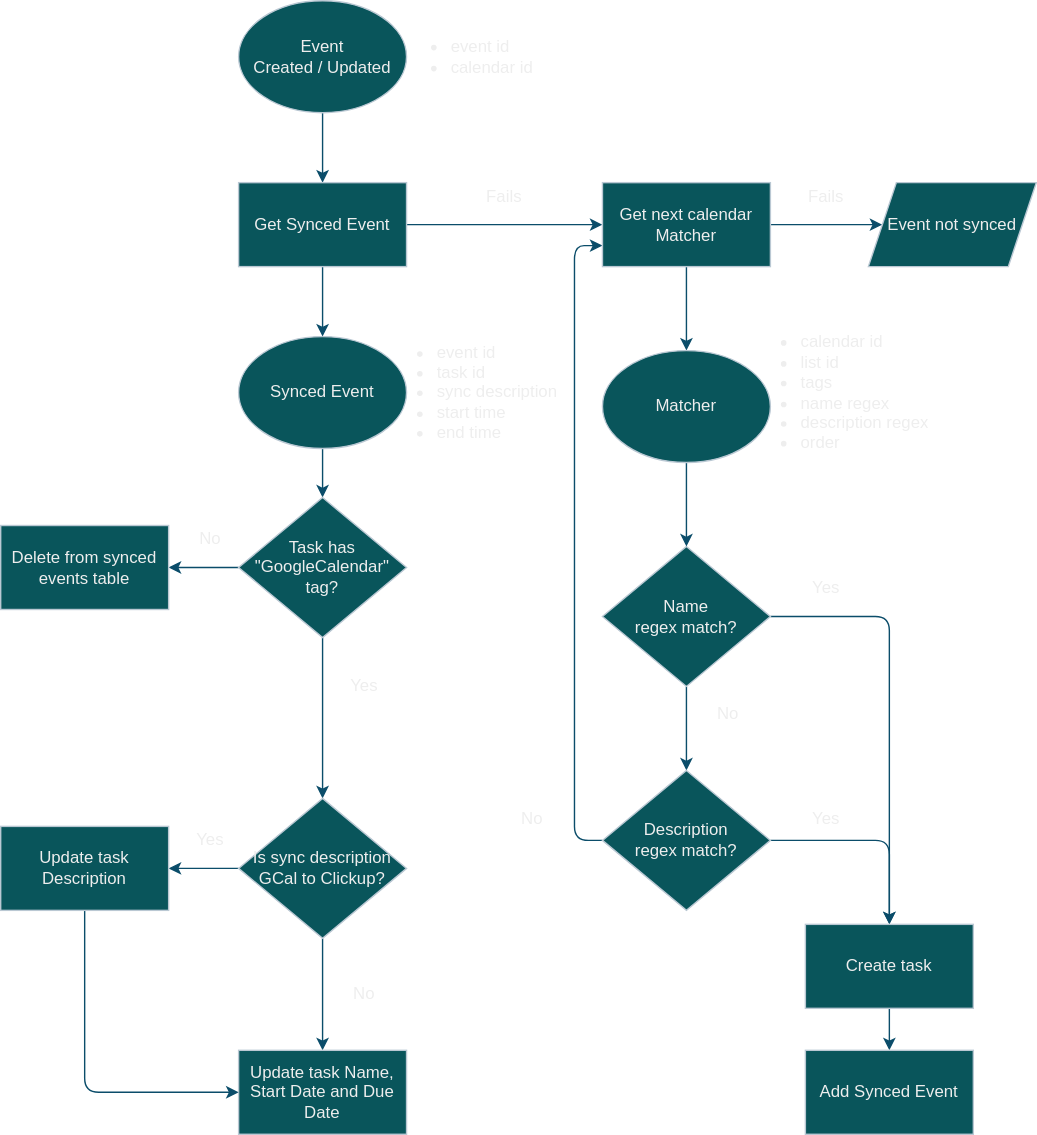
This is README/google_calendar_to_clickup.drawio.svg from esdandreu/gcal2clickup, a draw.io export, as it was before one commit. Source tidied: cells renumbered, new cells last; positions are measured from the earlier drawing's top-left corner, leaving out a move shared by most shapes.
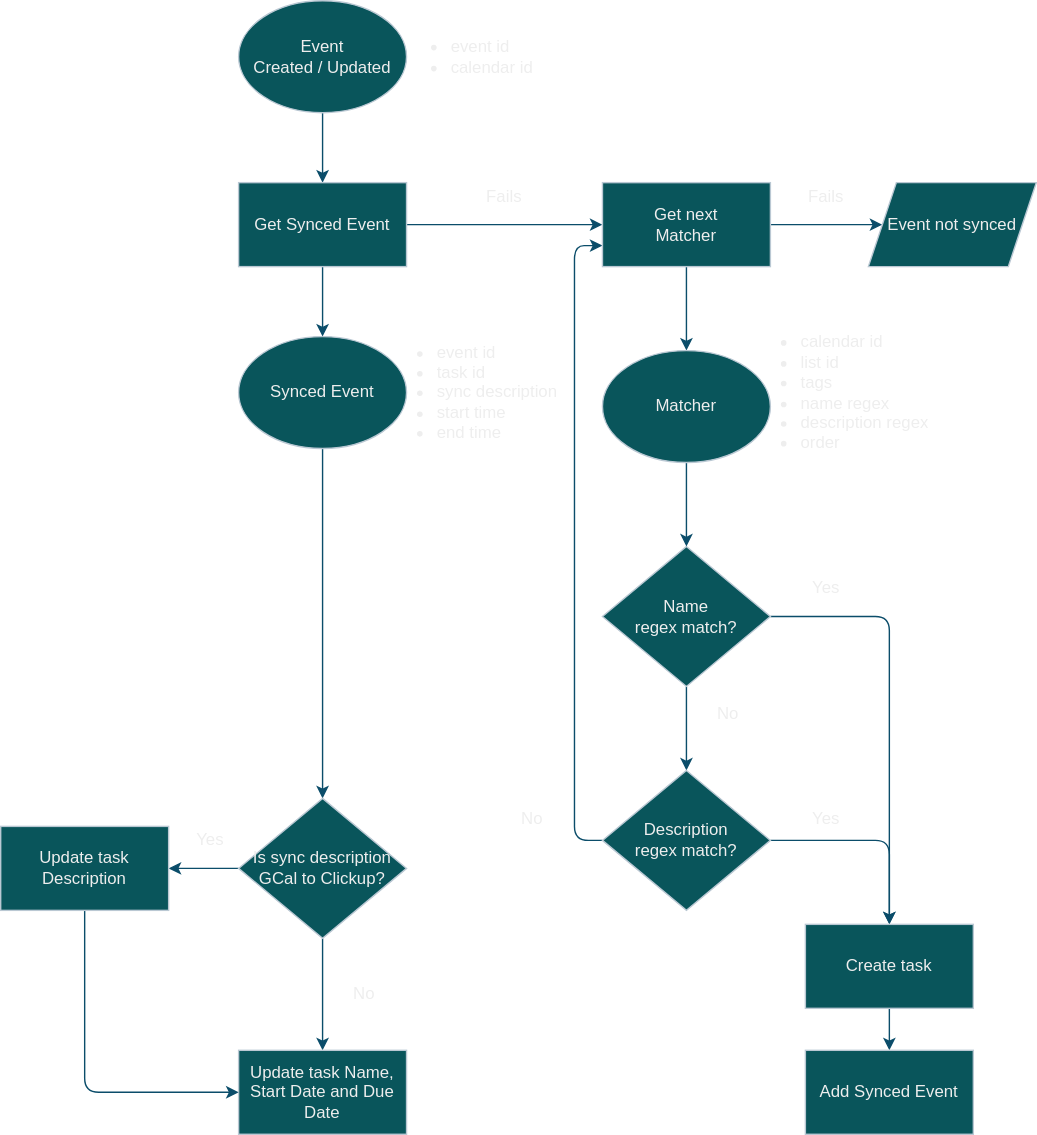
The same diagram one commit later.

Commit message:
clickup to google calendar logic

Change to the diagram source:
```diff
@@ -2,24 +2,12 @@
   <root>
     <mxCell id="0" />
     <mxCell id="1" parent="0" />
-    <mxCell id="2" style="edgeStyle=orthogonalEdgeStyle;curved=0;rounded=1;sketch=0;jettySize=auto;html=1;exitX=0.5;exitY=1;exitDx=0;exitDy=0;entryX=0.5;entryY=0;entryDx=0;entryDy=0;strokeColor=#0B4D6A;" parent="1" edge="1" source="3" target="6">
-      <mxGeometry relative="1" as="geometry" />
-    </mxCell>
+    <mxCell id="47" style="edgeStyle=orthogonalEdgeStyle;curved=0;rounded=1;sketch=0;jettySize=auto;html=1;exitX=0.5;exitY=1;exitDx=0;exitDy=0;strokeColor=#0B4D6A;" parent="1" edge="1" source="3" target="38">
+      <mxGeometry relative="1" as="geometry" />
+    </mxCell>
     <mxCell id="3" value="Synced Event" style="ellipse;whiteSpace=wrap;html=1;rounded=0;sketch=0;fillColor=#09555B;strokeColor=#BAC8D3;fontColor=#EEEEEE;" parent="1" vertex="1">
       <mxGeometry x="170" y="240" width="120" height="80" as="geometry" />
     </mxCell>
-    <mxCell id="4" style="edgeStyle=orthogonalEdgeStyle;curved=0;rounded=1;sketch=0;jettySize=auto;html=1;exitX=0;exitY=0.5;exitDx=0;exitDy=0;entryX=1;entryY=0.5;entryDx=0;entryDy=0;strokeColor=#0B4D6A;" parent="1" edge="1" source="6" target="7">
-      <mxGeometry relative="1" as="geometry" />
-    </mxCell>
-    <mxCell id="5" style="edgeStyle=orthogonalEdgeStyle;curved=0;rounded=1;sketch=0;jettySize=auto;html=1;exitX=0.5;exitY=1;exitDx=0;exitDy=0;strokeColor=#0B4D6A;" parent="1" edge="1" source="6" target="38">
-      <mxGeometry relative="1" as="geometry" />
-    </mxCell>
-    <mxCell id="6" value="Task has&lt;br&gt;&quot;GoogleCalendar&quot; tag?" style="rhombus;whiteSpace=wrap;html=1;fillColor=#09555B;strokeColor=#BAC8D3;fontColor=#EEEEEE;" parent="1" vertex="1">
-      <mxGeometry x="170" y="355" width="120" height="100" as="geometry" />
-    </mxCell>
-    <mxCell id="7" value="Delete from synced events table" style="rounded=0;whiteSpace=wrap;html=1;sketch=0;fillColor=#09555B;strokeColor=#BAC8D3;fontColor=#EEEEEE;" parent="1" vertex="1">
-      <mxGeometry y="375" width="120" height="60" as="geometry" />
-    </mxCell>
     <mxCell id="8" style="edgeStyle=orthogonalEdgeStyle;curved=0;rounded=1;sketch=0;jettySize=auto;html=1;exitX=0.5;exitY=1;exitDx=0;exitDy=0;entryX=0.5;entryY=0;entryDx=0;entryDy=0;strokeColor=#0B4D6A;" parent="1" edge="1" source="9" target="13">
       <mxGeometry relative="1" as="geometry" />
     </mxCell>
@@ -38,12 +26,6 @@
     <mxCell id="13" value="Get Synced Event" style="rounded=0;whiteSpace=wrap;html=1;sketch=0;fillColor=#09555B;strokeColor=#BAC8D3;fontColor=#EEEEEE;" parent="1" vertex="1">
       <mxGeometry x="170" y="130" width="120" height="60" as="geometry" />
     </mxCell>
-    <mxCell id="14" value="No" style="text;html=1;strokeColor=none;fillColor=none;align=center;verticalAlign=middle;whiteSpace=wrap;rounded=0;sketch=0;fontColor=#EEEEEE;" parent="1" vertex="1">
-      <mxGeometry x="130" y="375" width="40" height="20" as="geometry" />
-    </mxCell>
-    <mxCell id="15" value="Yes" style="text;html=1;strokeColor=none;fillColor=none;align=center;verticalAlign=middle;whiteSpace=wrap;rounded=0;sketch=0;fontColor=#EEEEEE;" parent="1" vertex="1">
-      <mxGeometry x="240" y="480" width="40" height="20" as="geometry" />
-    </mxCell>
     <mxCell id="16" value="&lt;ul&gt;&lt;li&gt;event id&lt;/li&gt;&lt;li&gt;task id&lt;/li&gt;&lt;li&gt;sync description&lt;/li&gt;&lt;li&gt;start time&lt;/li&gt;&lt;li&gt;end time&lt;/li&gt;&lt;/ul&gt;" style="text;strokeColor=none;fillColor=none;html=1;whiteSpace=wrap;verticalAlign=middle;overflow=hidden;rounded=0;sketch=0;fontColor=#EEEEEE;" parent="1" vertex="1">
       <mxGeometry x="270" y="207.5" width="150" height="145" as="geometry" />
     </mxCell>
@@ -80,7 +62,7 @@
     <mxCell id="27" style="edgeStyle=orthogonalEdgeStyle;curved=0;rounded=1;sketch=0;jettySize=auto;html=1;exitX=0.5;exitY=1;exitDx=0;exitDy=0;entryX=0.5;entryY=0;entryDx=0;entryDy=0;strokeColor=#0B4D6A;" parent="1" edge="1" source="28" target="32">
       <mxGeometry relative="1" as="geometry" />
     </mxCell>
-    <mxCell id="28" value="Get next calendar Matcher" style="rounded=0;whiteSpace=wrap;html=1;sketch=0;fillColor=#09555B;strokeColor=#BAC8D3;fontColor=#EEEEEE;" parent="1" vertex="1">
+    <mxCell id="28" value="Get next&lt;br&gt;Matcher" style="rounded=0;whiteSpace=wrap;html=1;sketch=0;fillColor=#09555B;strokeColor=#BAC8D3;fontColor=#EEEEEE;" parent="1" vertex="1">
       <mxGeometry x="430" y="130" width="120" height="60" as="geometry" />
     </mxCell>
     <mxCell id="29" value="Event not synced" style="shape=parallelogram;perimeter=parallelogramPerimeter;whiteSpace=wrap;html=1;fixedSize=1;rounded=0;sketch=0;fillColor=#09555B;strokeColor=#BAC8D3;fontColor=#EEEEEE;" parent="1" vertex="1">
```
